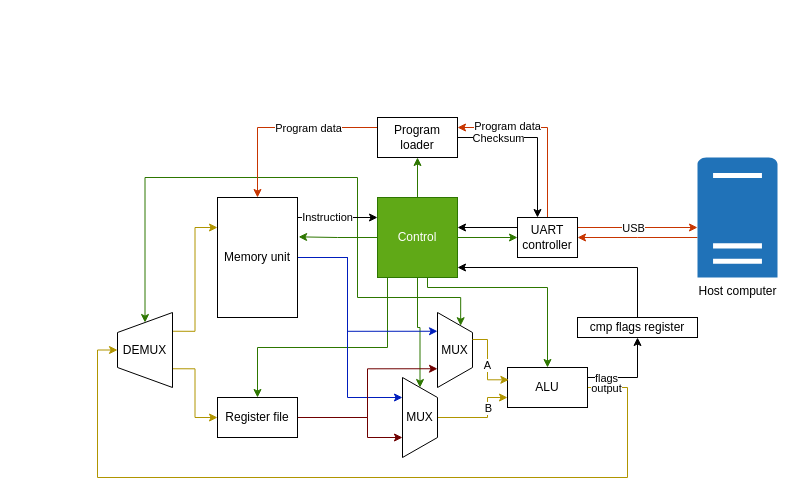
Earlier version of the draw.io diagram hardware/Hardware diagram.drawio (jacblo/yuda_assembly). Source tidied: cells renumbered, new cells numbered last; positions are measured from the earlier drawing's top-left corner, leaving out a move shared by most shapes. Both pictures are drawn from the tidied source at 100%, with x=0, y=0 at pixel (97, 117).
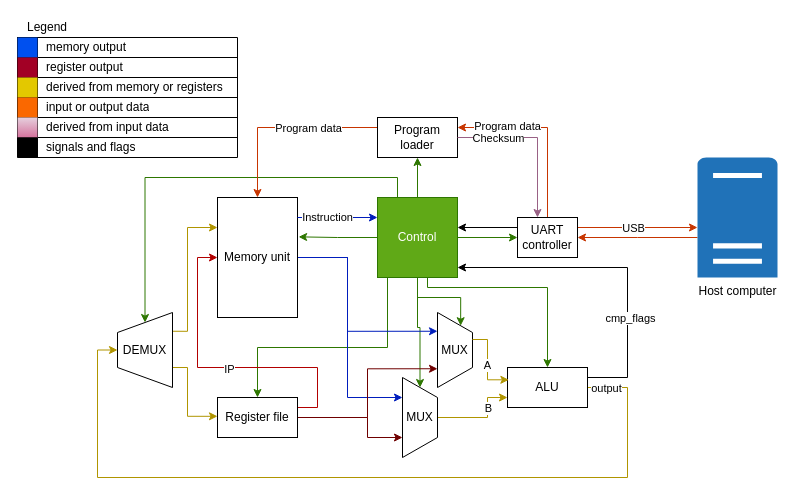
Above is the later version.

The change refers to these unchanged cells:
```xml
<mxCell id="9" value="Control" style="whiteSpace=wrap;html=1;fillColor=#60a917;fontColor=#ffffff;strokeColor=#2D7600;" parent="1" vertex="1">
  <mxGeometry x="280" y="80" width="80" height="80" as="geometry" />
</mxCell>
<mxCell id="14" value="ALU" style="rounded=0;whiteSpace=wrap;html=1;" parent="1" vertex="1">
  <mxGeometry x="410" y="250" width="80" height="40" as="geometry" />
</mxCell>
<mxCell id="17" value="Memory unit" style="rounded=0;whiteSpace=wrap;html=1;" parent="1" vertex="1">
  <mxGeometry x="120" y="80" width="80" height="120" as="geometry" />
</mxCell>
<mxCell id="20" value="Program loader" style="rounded=0;whiteSpace=wrap;html=1;" parent="1" vertex="1">
  <mxGeometry x="280" width="80" height="40" as="geometry" />
</mxCell>
<mxCell id="26" value="UART controller" style="rounded=0;whiteSpace=wrap;html=1;" parent="1" vertex="1">
  <mxGeometry x="420" y="100" width="60" height="40" as="geometry" />
</mxCell>
<mxCell id="31" value="Register file" style="rounded=0;whiteSpace=wrap;html=1;" parent="1" vertex="1">
  <mxGeometry x="120" y="280" width="80" height="40" as="geometry" />
</mxCell>
<mxCell id="42" value="DEMUX" style="shape=trapezoid;perimeter=trapezoidPerimeter;whiteSpace=wrap;html=1;fixedSize=1;rotation=0;direction=north;" parent="1" vertex="1">
  <mxGeometry x="20" y="195" width="55" height="75" as="geometry" />
</mxCell>
```

Change to the diagram source:
```diff
@@
     <mxCell id="7" style="edgeStyle=orthogonalEdgeStyle;rounded=0;jettySize=auto;html=1;entryX=1;entryY=0.5;entryDx=0;entryDy=0;fillColor=#60a917;strokeColor=#2D7600;" parent="1" edge="1" source="9" target="42">
       <mxGeometry relative="1" as="geometry">
         <Array as="points">
-          <mxPoint x="320" y="180" />
-          <mxPoint x="260" y="180" />
-          <mxPoint x="260" y="60" />
-          <mxPoint x="47" y="60" />
+          <mxPoint x="300" y="60" />
+          <mxPoint x="48" y="60" />
         </Array>
       </mxGeometry>
     </mxCell>
@@
-    <mxCell id="12" style="edgeStyle=orthogonalEdgeStyle;rounded=0;jettySize=auto;html=1;exitX=1;exitY=0.25;exitDx=0;exitDy=0;entryX=0.5;entryY=1;entryDx=0;entryDy=0;" parent="1" edge="1" source="14" target="45">
-      <mxGeometry relative="1" as="geometry">
-        <Array as="points">
-          <mxPoint x="540" y="260" />
-        </Array>
-      </mxGeometry>
-    </mxCell>
-    <mxCell id="13" value="flags" style="edgeLabel;html=1;align=center;verticalAlign=middle;" parent="12" vertex="1">
-      <mxGeometry x="-0.59" y="-1" relative="1" as="geometry">
-        <mxPoint y="-1" as="offset" />
-      </mxGeometry>
-    </mxCell>
+    <mxCell id="48" style="edgeStyle=orthogonalEdgeStyle;rounded=0;jettySize=auto;html=1;exitX=1;exitY=0.25;exitDx=0;exitDy=0;" parent="1" edge="1" source="14">
+      <mxGeometry relative="1" as="geometry">
+        <mxPoint x="360" y="150" as="targetPoint" />
+        <Array as="points">
+          <mxPoint x="530" y="260" />
+          <mxPoint x="530" y="150" />
+        </Array>
+      </mxGeometry>
+    </mxCell>
+    <mxCell id="49" value="cmp_flags" style="edgeLabel;html=1;align=center;verticalAlign=middle;" parent="48" vertex="1">
+      <mxGeometry x="-0.46" y="-2" relative="1" as="geometry">
+        <mxPoint y="-14" as="offset" />
+      </mxGeometry>
+    </mxCell>
@@
-    <mxCell id="23" style="edgeStyle=orthogonalEdgeStyle;rounded=0;jettySize=auto;html=1;" parent="1" edge="1" source="26">
+    <mxCell id="23" style="edgeStyle=orthogonalEdgeStyle;rounded=0;jettySize=auto;html=1;fixDash=0;comic=0;enumerate=0;orthogonal=1;" parent="1" edge="1" source="26">
       <mxGeometry relative="1" as="geometry">
         <mxPoint x="360" y="110" as="targetPoint" />
         <Array as="points">
           <mxPoint x="360" y="110" />
         </Array>
       </mxGeometry>
     </mxCell>
@@
-    <mxCell id="27" style="edgeStyle=orthogonalEdgeStyle;rounded=0;jettySize=auto;html=1;" parent="1" edge="1" source="20">
+    <mxCell id="27" style="edgeStyle=orthogonalEdgeStyle;rounded=0;jettySize=auto;html=1;fillColor=#e6d0de;strokeColor=#996185;gradientColor=#d5739d;" parent="1" edge="1" source="20">
       <mxGeometry relative="1" as="geometry">
         <mxPoint x="440" y="100" as="targetPoint" />
         <Array as="points">
           <mxPoint x="440" y="20" />
           <mxPoint x="440" y="100" />
         </Array>
       </mxGeometry>
     </mxCell>
@@
+    <mxCell id="50" style="edgeStyle=orthogonalEdgeStyle;rounded=0;jettySize=auto;html=1;exitX=1;exitY=0.25;exitDx=0;exitDy=0;entryX=0;entryY=0.5;entryDx=0;entryDy=0;fillColor=#e51400;strokeColor=#B20000;" parent="1" edge="1" source="31" target="17">
+      <mxGeometry relative="1" as="geometry">
+        <Array as="points">
+          <mxPoint x="220" y="290" />
+          <mxPoint x="220" y="250" />
+          <mxPoint x="100" y="250" />
+          <mxPoint x="100" y="140" />
+        </Array>
+      </mxGeometry>
+    </mxCell>
+    <mxCell id="51" value="IP" style="edgeLabel;html=1;align=center;verticalAlign=middle;" parent="50" vertex="1">
+      <mxGeometry x="0.11" y="1" relative="1" as="geometry">
+        <mxPoint x="23" as="offset" />
+      </mxGeometry>
+    </mxCell>
@@
-    <mxCell id="40" style="edgeStyle=orthogonalEdgeStyle;rounded=0;jettySize=auto;html=1;exitX=0.25;exitY=1;exitDx=0;exitDy=0;entryX=0;entryY=0.5;entryDx=0;entryDy=0;fillColor=#e3c800;strokeColor=#B09500;" parent="1" edge="1" source="42" target="31">
-      <mxGeometry relative="1" as="geometry" />
+    <mxCell id="40" style="edgeStyle=orthogonalEdgeStyle;rounded=0;orthogonalLoop=1;jettySize=auto;html=1;exitX=0.25;exitY=1;exitDx=0;exitDy=0;entryX=0;entryY=0.5;entryDx=0;entryDy=0;fillColor=#e3c800;strokeColor=#B09500;" parent="1" edge="1">
+      <mxGeometry relative="1" as="geometry">
+        <mxPoint x="75" y="250" as="sourcePoint" />
+        <mxPoint x="120" y="298.8" as="targetPoint" />
+        <Array as="points">
+          <mxPoint x="90" y="250" />
+          <mxPoint x="90" y="299" />
+        </Array>
+      </mxGeometry>
     </mxCell>
     <mxCell id="41" style="edgeStyle=orthogonalEdgeStyle;rounded=0;jettySize=auto;html=1;exitX=0.75;exitY=1;exitDx=0;exitDy=0;entryX=0;entryY=0.25;entryDx=0;entryDy=0;fillColor=#e3c800;strokeColor=#B09500;" parent="1" edge="1" source="42" target="17">
-      <mxGeometry relative="1" as="geometry" />
+      <mxGeometry relative="1" as="geometry">
+        <Array as="points">
+          <mxPoint x="90" y="214" />
+          <mxPoint x="90" y="110" />
+        </Array>
+      </mxGeometry>
     </mxCell>
@@
-    <mxCell id="44" style="edgeStyle=orthogonalEdgeStyle;rounded=0;jettySize=auto;html=1;" parent="1" edge="1" source="45">
-      <mxGeometry relative="1" as="geometry">
-        <mxPoint x="360" y="150" as="targetPoint" />
-        <Array as="points">
-          <mxPoint x="540" y="150" />
-        </Array>
-      </mxGeometry>
-    </mxCell>
-    <mxCell id="45" value="cmp flags register" style="rounded=0;whiteSpace=wrap;html=1;" parent="1" vertex="1">
-      <mxGeometry x="480" y="200" width="120" height="20" as="geometry" />
-    </mxCell>
-    <mxCell id="46" style="edgeStyle=orthogonalEdgeStyle;rounded=0;jettySize=auto;html=1;entryX=0;entryY=0.25;entryDx=0;entryDy=0;" parent="1" edge="1" source="17" target="9">
+    <mxCell id="46" style="edgeStyle=orthogonalEdgeStyle;rounded=0;jettySize=auto;html=1;entryX=0;entryY=0.25;entryDx=0;entryDy=0;fillColor=#0050ef;strokeColor=#001DBC;" parent="1" edge="1" source="17" target="9">
       <mxGeometry relative="1" as="geometry">
         <Array as="points">
           <mxPoint x="220" y="100" />
           <mxPoint x="220" y="100" />
         </Array>
       </mxGeometry>
     </mxCell>
@@
+    <mxCell id="52" value="Legend" style="text;html=1;align=center;verticalAlign=middle;whiteSpace=wrap;rounded=0;" parent="1" vertex="1">
+      <mxGeometry x="-80" y="-100" width="60" height="20" as="geometry" />
+    </mxCell>
+    <mxCell id="53" style="shape=table;startSize=0;childLayout=tableLayout;align=left;" parent="1" vertex="1">
+      <mxGeometry x="-80" y="-80" width="220" height="120" as="geometry" />
+    </mxCell>
+    <mxCell id="54" style="shape=tableRow;horizontal=0;startSize=0;swimlaneHead=0;swimlaneBody=0;strokeColor=inherit;top=0;left=0;bottom=0;right=0;fillColor=none;" parent="53" vertex="1">
+      <mxGeometry width="220" height="20" as="geometry" />
+    </mxCell>
+    <mxCell id="55" style="shape=partialRectangle;html=1;whiteSpace=wrap;strokeColor=#001DBC;overflow=hidden;fillColor=#0050ef;top=0;left=0;bottom=0;right=0;fontColor=#ffffff;" parent="54" vertex="1">
+      <mxGeometry width="20" height="20" as="geometry" />
+    </mxCell>
+    <mxCell id="56" value="&lt;span style=&quot;&quot;&gt;memory output&lt;/span&gt;" style="shape=partialRectangle;html=1;whiteSpace=wrap;strokeColor=inherit;overflow=hidden;fillColor=none;top=0;left=0;bottom=0;right=0;align=left;spacingLeft=7;" parent="54" vertex="1">
+      <mxGeometry x="20" width="200" height="20" as="geometry" />
+    </mxCell>
+    <mxCell id="57" style="shape=tableRow;horizontal=0;startSize=0;swimlaneHead=0;swimlaneBody=0;strokeColor=inherit;top=0;left=0;bottom=0;right=0;fillColor=none;" parent="53" vertex="1">
+      <mxGeometry y="20" width="220" height="20" as="geometry" />
+    </mxCell>
+    <mxCell id="58" style="shape=partialRectangle;html=1;whiteSpace=wrap;strokeColor=#6F0000;overflow=hidden;fillColor=#a20025;top=0;left=0;bottom=0;right=0;fontColor=#ffffff;" parent="57" vertex="1">
+      <mxGeometry width="20" height="20" as="geometry" />
+    </mxCell>
+    <mxCell id="59" value="&lt;span style=&quot;&quot;&gt;register output&lt;/span&gt;" style="shape=partialRectangle;html=1;whiteSpace=wrap;strokeColor=inherit;overflow=hidden;fillColor=none;top=0;left=0;bottom=0;right=0;align=left;spacingLeft=7;" parent="57" vertex="1">
+      <mxGeometry x="20" width="200" height="20" as="geometry" />
+    </mxCell>
+    <mxCell id="60" style="shape=tableRow;horizontal=0;startSize=0;swimlaneHead=0;swimlaneBody=0;strokeColor=inherit;top=0;left=0;bottom=0;right=0;fillColor=none;" parent="53" vertex="1">
+      <mxGeometry y="40" width="220" height="20" as="geometry" />
+    </mxCell>
+    <mxCell id="61" style="shape=partialRectangle;html=1;whiteSpace=wrap;strokeColor=#B09500;overflow=hidden;fillColor=#e3c800;top=0;left=0;bottom=0;right=0;fontColor=#000000;" parent="60" vertex="1">
+      <mxGeometry width="20" height="20" as="geometry" />
+    </mxCell>
+    <mxCell id="62" value="&lt;span style=&quot;&quot;&gt;derived from memory or registers&lt;/span&gt;" style="shape=partialRectangle;html=1;whiteSpace=wrap;strokeColor=inherit;overflow=hidden;fillColor=none;top=0;left=0;bottom=0;right=0;align=left;spacingLeft=7;" parent="60" vertex="1">
+      <mxGeometry x="20" width="200" height="20" as="geometry" />
+    </mxCell>
+    <mxCell id="63" style="shape=tableRow;horizontal=0;startSize=0;swimlaneHead=0;swimlaneBody=0;strokeColor=inherit;top=0;left=0;bottom=0;right=0;fillColor=none;" parent="53" vertex="1">
+      <mxGeometry y="60" width="220" height="20" as="geometry" />
+    </mxCell>
+    <mxCell id="64" style="shape=partialRectangle;html=1;whiteSpace=wrap;strokeColor=#C73500;overflow=hidden;fillColor=#fa6800;top=0;left=0;bottom=0;right=0;fontColor=#000000;" parent="63" vertex="1">
+      <mxGeometry width="20" height="20" as="geometry" />
+    </mxCell>
+    <mxCell id="65" value="&lt;div style=&quot;line-height: 14.4px;&quot;&gt;input or output data&lt;/div&gt;&lt;div&gt;&lt;br&gt;&lt;/div&gt;" style="shape=partialRectangle;html=1;whiteSpace=wrap;strokeColor=inherit;overflow=hidden;fillColor=none;top=0;left=0;bottom=0;right=0;align=left;spacingLeft=7;" parent="63" vertex="1">
+      <mxGeometry x="20" width="200" height="20" as="geometry" />
+    </mxCell>
+    <mxCell id="66" style="shape=tableRow;horizontal=0;startSize=0;swimlaneHead=0;swimlaneBody=0;strokeColor=inherit;top=0;left=0;bottom=0;right=0;fillColor=none;strokeWidth=1;" parent="53" vertex="1">
+      <mxGeometry y="80" width="220" height="20" as="geometry" />
+    </mxCell>
+    <mxCell id="67" style="shape=partialRectangle;html=1;whiteSpace=wrap;strokeColor=#996185;overflow=hidden;fillColor=#e6d0de;top=0;left=0;bottom=0;right=0;gradientColor=#d5739d;" parent="66" vertex="1">
+      <mxGeometry width="20" height="20" as="geometry" />
+    </mxCell>
+    <mxCell id="68" value="&lt;span style=&quot;&quot;&gt;derived from input data&lt;/span&gt;" style="shape=partialRectangle;html=1;whiteSpace=wrap;strokeColor=inherit;overflow=hidden;fillColor=none;top=0;left=0;bottom=0;right=0;align=left;spacingLeft=7;" parent="66" vertex="1">
+      <mxGeometry x="20" width="200" height="20" as="geometry" />
+    </mxCell>
+    <mxCell id="69" style="shape=tableRow;horizontal=0;startSize=0;swimlaneHead=0;swimlaneBody=0;strokeColor=inherit;top=0;left=0;bottom=0;right=0;fillColor=none;" parent="53" vertex="1">
+      <mxGeometry y="100" width="220" height="20" as="geometry" />
+    </mxCell>
+    <mxCell id="70" style="shape=partialRectangle;html=1;whiteSpace=wrap;overflow=hidden;top=0;left=0;bottom=0;right=0;strokeColor=default;fillColor=#000000;" parent="69" vertex="1">
+      <mxGeometry width="20" height="20" as="geometry" />
+    </mxCell>
+    <mxCell id="71" value="&lt;span style=&quot;&quot;&gt;signals and flags&lt;/span&gt;" style="shape=partialRectangle;html=1;whiteSpace=wrap;strokeColor=inherit;overflow=hidden;fillColor=none;top=0;left=0;bottom=0;right=0;align=left;spacingLeft=7;" parent="69" vertex="1">
+      <mxGeometry x="20" width="200" height="20" as="geometry" />
+    </mxCell>
```
